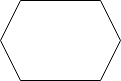
HFOSSedu/GitKit-Codespace keeps this draw.io diagram as materials/images/ch-communities-and-collaboration/text/basic-foss-workflow.drawio.png. Above is the earlier version. Source tidied: cells renumbered, new cells last; positions are measured from the earlier drawing's top-left corner, leaving out a move shared by most shapes. The source it was exported from:
```xml
<mxGraphModel>
  <root>
    <mxCell id="0" />
    <mxCell id="1" parent="0" />
    <mxCell id="2" style="shape=hexagon;perimeter=hexagonPerimeter2;whiteSpace=wrap;html=1;fixedSize=1;" parent="1" vertex="1">
      <mxGeometry width="120" height="80" as="geometry" />
    </mxCell>
  </root>
</mxGraphModel>
```
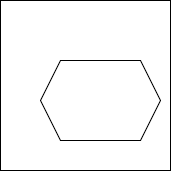
After the commit.

The edit, as a diff of the source:
```diff
@@ -2,6 +2,9 @@
   <root>
     <mxCell id="0" />
     <mxCell id="1" parent="0" />
+    <mxCell id="3" style="whiteSpace=wrap;html=1;" parent="1" vertex="1">
+      <mxGeometry x="-40" y="-60" width="170" height="170" as="geometry" />
+    </mxCell>
     <mxCell id="2" style="shape=hexagon;perimeter=hexagonPerimeter2;whiteSpace=wrap;html=1;fixedSize=1;" parent="1" vertex="1">
       <mxGeometry width="120" height="80" as="geometry" />
     </mxCell>
```
